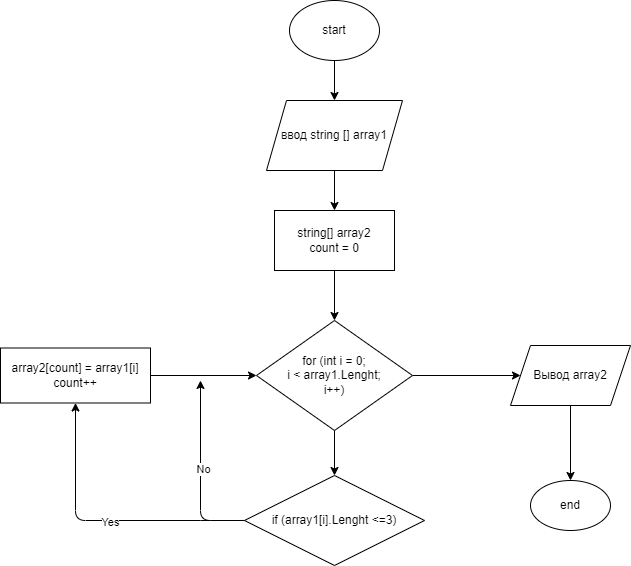
The draw.io diagram Scheme.drawio.png in dcrug27/FinalVereficationWork, before a commit. Source tidied: cells renumbered, new cells last; positions are measured from the earlier drawing's top-left corner, leaving out a move shared by most shapes. The source it was exported from:
```xml
<mxGraphModel>
  <root>
    <mxCell id="0" />
    <mxCell id="1" parent="0" />
    <mxCell id="2" style="edgeStyle=none;html=1;" parent="1" edge="1" source="3" target="5">
      <mxGeometry relative="1" as="geometry" />
    </mxCell>
    <mxCell id="3" value="start" style="ellipse;whiteSpace=wrap;html=1;" parent="1" vertex="1">
      <mxGeometry x="289" width="90" height="60" as="geometry" />
    </mxCell>
    <mxCell id="4" style="edgeStyle=none;html=1;" parent="1" edge="1" source="5" target="7">
      <mxGeometry relative="1" as="geometry" />
    </mxCell>
    <mxCell id="5" value="ввод string [] array1" style="shape=parallelogram;perimeter=parallelogramPerimeter;whiteSpace=wrap;html=1;fixedSize=1;" parent="1" vertex="1">
      <mxGeometry x="266" y="100" width="136" height="70" as="geometry" />
    </mxCell>
    <mxCell id="6" style="edgeStyle=none;html=1;" parent="1" edge="1" source="7" target="10">
      <mxGeometry relative="1" as="geometry" />
    </mxCell>
    <mxCell id="7" value="string[] array2&lt;br&gt;count = 0" style="rounded=0;whiteSpace=wrap;html=1;" parent="1" vertex="1">
      <mxGeometry x="274" y="210" width="120" height="60" as="geometry" />
    </mxCell>
    <mxCell id="8" style="edgeStyle=none;html=1;" parent="1" edge="1" source="10" target="15">
      <mxGeometry relative="1" as="geometry" />
    </mxCell>
    <mxCell id="9" style="edgeStyle=none;html=1;" parent="1" edge="1" source="10" target="19">
      <mxGeometry relative="1" as="geometry" />
    </mxCell>
    <mxCell id="10" value="for (int i = 0;&lt;br&gt;i &amp;lt; array1.Lenght;&lt;br&gt;i++)" style="rhombus;whiteSpace=wrap;html=1;" parent="1" vertex="1">
      <mxGeometry x="256" y="320" width="156" height="110" as="geometry" />
    </mxCell>
    <mxCell id="11" style="edgeStyle=none;html=1;entryX=0.5;entryY=1;entryDx=0;entryDy=0;" parent="1" edge="1" source="15" target="17">
      <mxGeometry relative="1" as="geometry">
        <Array as="points">
          <mxPoint x="210" y="520" />
          <mxPoint x="75" y="520" />
        </Array>
      </mxGeometry>
    </mxCell>
    <mxCell id="12" value="Yes" style="edgeLabel;html=1;align=center;verticalAlign=middle;" parent="11" vertex="1">
      <mxGeometry x="-0.06" y="1" relative="1" as="geometry" />
    </mxCell>
    <mxCell id="13" style="edgeStyle=none;html=1;" parent="1" edge="1" source="15">
      <mxGeometry relative="1" as="geometry">
        <mxPoint x="200" y="380" as="targetPoint" />
        <Array as="points">
          <mxPoint x="200" y="520" />
        </Array>
      </mxGeometry>
    </mxCell>
    <mxCell id="14" value="No" style="edgeLabel;html=1;align=center;verticalAlign=middle;" parent="13" vertex="1">
      <mxGeometry x="0.04" y="-2" relative="1" as="geometry" />
    </mxCell>
    <mxCell id="15" value="if (array1[i].Lenght &amp;lt;=3)" style="rhombus;whiteSpace=wrap;html=1;" parent="1" vertex="1">
      <mxGeometry x="244" y="475" width="180" height="90" as="geometry" />
    </mxCell>
    <mxCell id="16" style="edgeStyle=none;html=1;" parent="1" edge="1" source="17" target="10">
      <mxGeometry relative="1" as="geometry" />
    </mxCell>
    <mxCell id="17" value="array2[count] = array1[i]&lt;br&gt;count++" style="rounded=0;whiteSpace=wrap;html=1;" parent="1" vertex="1">
      <mxGeometry y="347.5" width="150" height="55" as="geometry" />
    </mxCell>
    <mxCell id="18" style="edgeStyle=none;html=1;" parent="1" edge="1" source="19" target="20">
      <mxGeometry relative="1" as="geometry" />
    </mxCell>
    <mxCell id="19" value="Вывод array2" style="shape=parallelogram;perimeter=parallelogramPerimeter;whiteSpace=wrap;html=1;fixedSize=1;" parent="1" vertex="1">
      <mxGeometry x="510" y="345" width="120" height="60" as="geometry" />
    </mxCell>
    <mxCell id="20" value="end" style="ellipse;whiteSpace=wrap;html=1;" parent="1" vertex="1">
      <mxGeometry x="530" y="480" width="80" height="50" as="geometry" />
    </mxCell>
  </root>
</mxGraphModel>
```
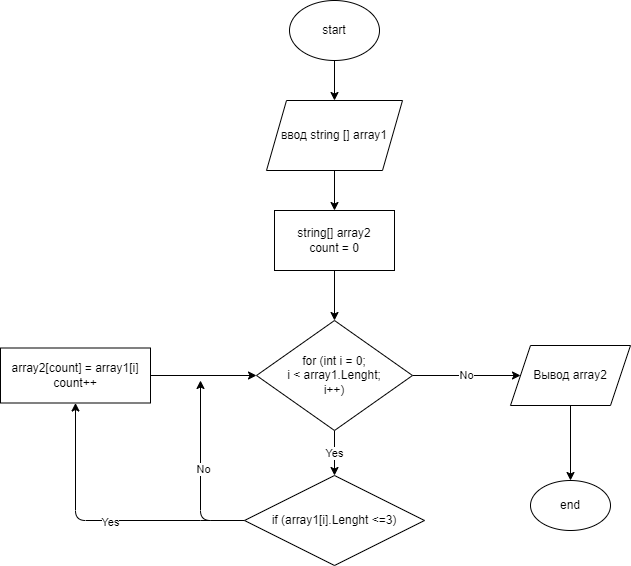
The same diagram one commit later.

Diff of the diagram source:
```diff
@@ -20,10 +20,10 @@
     <mxCell id="7" value="string[] array2&lt;br&gt;count = 0" style="rounded=0;whiteSpace=wrap;html=1;" parent="1" vertex="1">
       <mxGeometry x="274" y="210" width="120" height="60" as="geometry" />
     </mxCell>
-    <mxCell id="8" style="edgeStyle=none;html=1;" parent="1" edge="1" source="10" target="15">
+    <mxCell id="8" value="Yes" style="edgeStyle=none;html=1;" parent="1" edge="1" source="10" target="15">
       <mxGeometry relative="1" as="geometry" />
     </mxCell>
-    <mxCell id="9" style="edgeStyle=none;html=1;" parent="1" edge="1" source="10" target="19">
+    <mxCell id="9" value="No" style="edgeStyle=none;html=1;" parent="1" edge="1" source="10" target="19">
       <mxGeometry relative="1" as="geometry" />
     </mxCell>
     <mxCell id="10" value="for (int i = 0;&lt;br&gt;i &amp;lt; array1.Lenght;&lt;br&gt;i++)" style="rhombus;whiteSpace=wrap;html=1;" parent="1" vertex="1">
```
